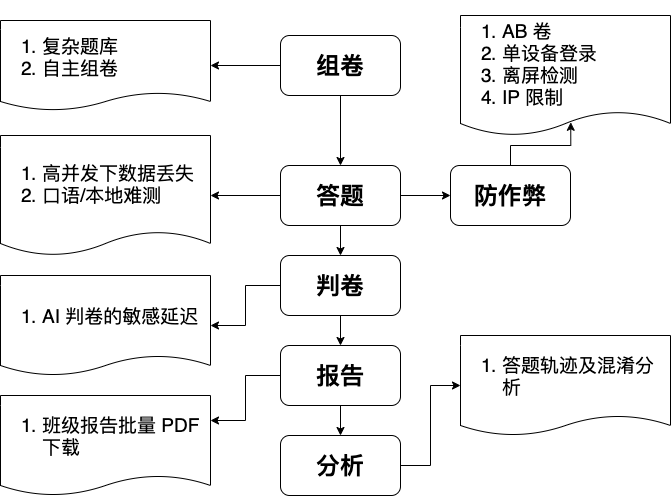
The draw.io diagram business/assets/exam-business.drawio.png in shfshanyue/blog, before a commit. Source tidied: cells renumbered, new cells last; positions are measured from the earlier drawing's top-left corner, leaving out a move shared by most shapes.
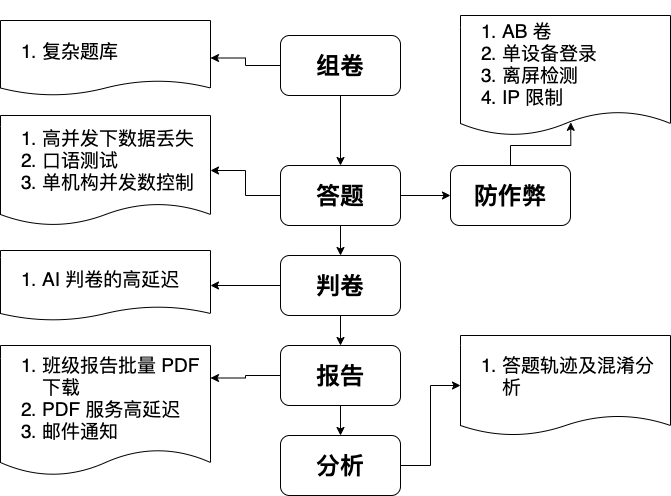
After the change.

What changed in the source:
```diff
@@ -55,17 +55,17 @@
     <mxCell id="18" value="&lt;font style=&quot;font-size: 24px&quot;&gt;防作弊&lt;/font&gt;" style="rounded=1;whiteSpace=wrap;html=1;fontStyle=1;" parent="1" vertex="1">
       <mxGeometry x="450" y="150" width="120" height="60" as="geometry" />
     </mxCell>
-    <mxCell id="19" value="&lt;ol&gt;&lt;li&gt;&lt;span&gt;高并发下&lt;/span&gt;数据丢失&lt;/li&gt;&lt;li&gt;&lt;span&gt;口语/本地难测&lt;/span&gt;&lt;/li&gt;&lt;/ol&gt;" style="shape=document;whiteSpace=wrap;html=1;boundedLbl=1;fontSize=19;align=left;size=0.2;" parent="1" vertex="1">
-      <mxGeometry y="120" width="210" height="120" as="geometry" />
+    <mxCell id="19" value="&lt;ol&gt;&lt;li&gt;&lt;span&gt;高并发下&lt;/span&gt;数据丢失&lt;/li&gt;&lt;li&gt;&lt;span&gt;口语测试&lt;/span&gt;&lt;/li&gt;&lt;li&gt;单机构并发数控制&lt;/li&gt;&lt;/ol&gt;" style="shape=document;whiteSpace=wrap;html=1;boundedLbl=1;fontSize=19;align=left;size=0.2;" parent="1" vertex="1">
+      <mxGeometry y="100" width="210" height="110" as="geometry" />
     </mxCell>
-    <mxCell id="20" value="&lt;ol&gt;&lt;li&gt;复杂题库&lt;/li&gt;&lt;li&gt;自主组卷&lt;/li&gt;&lt;/ol&gt;" style="shape=document;whiteSpace=wrap;html=1;boundedLbl=1;fontSize=19;align=left;size=0.2;" parent="1" vertex="1">
-      <mxGeometry y="5" width="210" height="90" as="geometry" />
+    <mxCell id="20" value="&lt;ol&gt;&lt;li&gt;复杂题库&lt;/li&gt;&lt;/ol&gt;" style="shape=document;whiteSpace=wrap;html=1;boundedLbl=1;fontSize=19;align=left;size=0.2;" parent="1" vertex="1">
+      <mxGeometry y="5" width="210" height="75" as="geometry" />
     </mxCell>
-    <mxCell id="21" value="&lt;ol&gt;&lt;li&gt;AI 判卷的敏感延迟&lt;/li&gt;&lt;/ol&gt;" style="shape=document;whiteSpace=wrap;html=1;boundedLbl=1;fontSize=19;align=left;size=0.2;" parent="1" vertex="1">
-      <mxGeometry y="260" width="210" height="100" as="geometry" />
+    <mxCell id="21" value="&lt;ol&gt;&lt;li&gt;AI 判卷的高延迟&lt;/li&gt;&lt;/ol&gt;" style="shape=document;whiteSpace=wrap;html=1;boundedLbl=1;fontSize=19;align=left;size=0.2;" parent="1" vertex="1">
+      <mxGeometry y="235" width="210" height="70" as="geometry" />
     </mxCell>
-    <mxCell id="22" value="&lt;ol&gt;&lt;li&gt;班级报告批量 PDF 下载&lt;/li&gt;&lt;/ol&gt;" style="shape=document;whiteSpace=wrap;html=1;boundedLbl=1;fontSize=19;align=left;size=0.2;" parent="1" vertex="1">
-      <mxGeometry y="380" width="210" height="100" as="geometry" />
+    <mxCell id="22" value="&lt;ol&gt;&lt;li&gt;班级报告批量 PDF 下载&lt;/li&gt;&lt;li&gt;PDF 服务高延迟&lt;/li&gt;&lt;li&gt;邮件通知&lt;/li&gt;&lt;/ol&gt;" style="shape=document;whiteSpace=wrap;html=1;boundedLbl=1;fontSize=19;align=left;size=0.2;" parent="1" vertex="1">
+      <mxGeometry y="330" width="210" height="130" as="geometry" />
     </mxCell>
     <mxCell id="23" value="&lt;ol&gt;&lt;li&gt;答题轨迹及混淆分析&lt;/li&gt;&lt;/ol&gt;" style="shape=document;whiteSpace=wrap;html=1;boundedLbl=1;fontSize=19;align=left;size=0.2;" parent="1" vertex="1">
       <mxGeometry x="460" y="320" width="210" height="100" as="geometry" />
```
